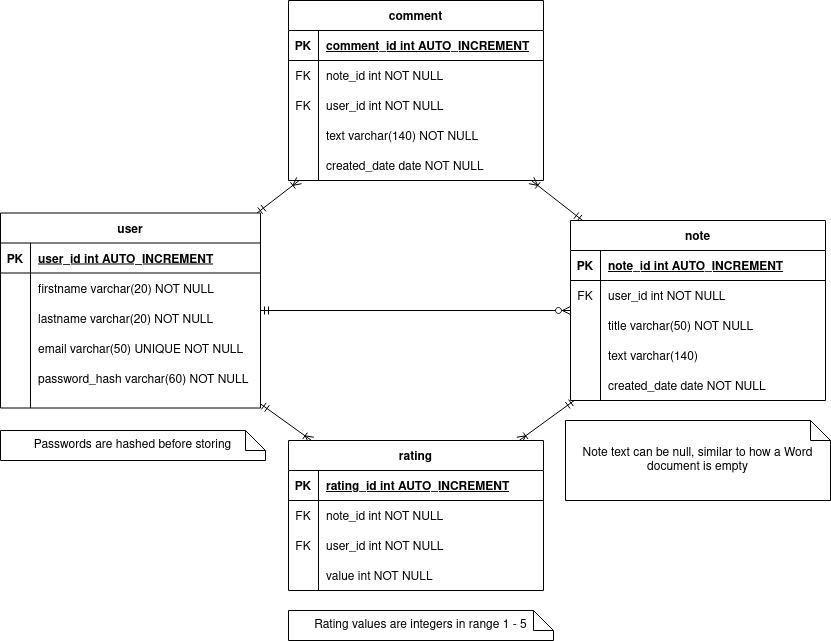
Earlier version of the draw.io export docs/data_models.png (tha0pham/note-app). Source tidied: cells renumbered, new cells last; positions are measured from the earlier drawing's top-left corner, leaving out a move shared by most shapes.
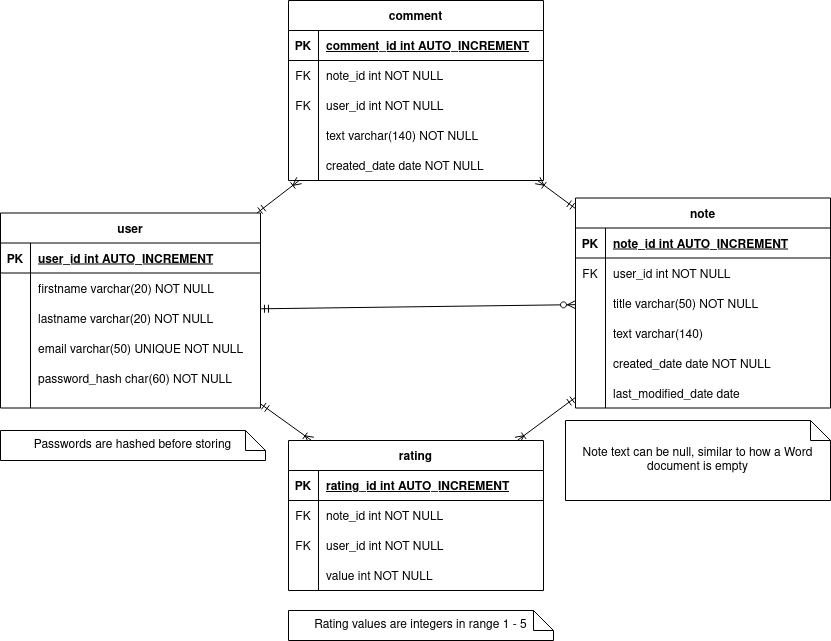
The same diagram one commit later.

Change to the diagram source:
```diff
@@ -9,7 +9,7 @@
       <mxGeometry relative="1" as="geometry" />
     </mxCell>
     <mxCell id="4" value="note" style="shape=table;startSize=30;rowLines=0;fontStyle=1;align=center;" parent="1" vertex="1">
-      <mxGeometry x="570" y="220" width="255" height="180" as="geometry" />
+      <mxGeometry x="575" y="197.5" width="255" height="210" as="geometry" />
     </mxCell>
     <mxCell id="5" style="shape=partialRectangle;fillColor=none;top=0;left=0;right=0;bottom=1;" parent="4" vertex="1">
       <mxGeometry y="30" width="255" height="30" as="geometry" />
@@ -56,6 +56,15 @@
     <mxCell id="19" value="created_date date NOT NULL" style="shape=partialRectangle;overflow=hidden;fillColor=none;top=0;left=0;bottom=0;right=0;align=left;spacingLeft=6;" parent="17" vertex="1">
       <mxGeometry x="30" width="225" height="30" as="geometry" />
     </mxCell>
+    <mxCell id="71" style="shape=partialRectangle;fillColor=none;top=0;left=0;right=0;bottom=0;" parent="4" vertex="1">
+      <mxGeometry y="180" width="255" height="30" as="geometry" />
+    </mxCell>
+    <mxCell id="72" style="shape=partialRectangle;overflow=hidden;fillColor=none;top=0;left=0;bottom=0;right=0;" parent="71" vertex="1">
+      <mxGeometry width="30" height="30" as="geometry" />
+    </mxCell>
+    <mxCell id="73" value="last_modified_date date" style="shape=partialRectangle;overflow=hidden;fillColor=none;top=0;left=0;bottom=0;right=0;align=left;spacingLeft=6;" parent="71" vertex="1">
+      <mxGeometry x="30" width="225" height="30" as="geometry" />
+    </mxCell>
     <mxCell id="20" value="comment" style="shape=table;startSize=30;rowLines=0;fontStyle=1;align=center;" parent="1" vertex="1">
       <mxGeometry x="288" width="255" height="180" as="geometry" />
     </mxCell>
@@ -158,7 +167,7 @@
     <mxCell id="53" style="shape=partialRectangle;overflow=hidden;fillColor=none;top=0;left=0;bottom=0;right=0;" parent="52" vertex="1">
       <mxGeometry width="30" height="30" as="geometry" />
     </mxCell>
-    <mxCell id="54" value="password_hash varchar(60) NOT NULL" style="shape=partialRectangle;overflow=hidden;fillColor=none;top=0;left=0;bottom=0;right=0;align=left;spacingLeft=6;" parent="52" vertex="1">
+    <mxCell id="54" value="password_hash char(60) NOT NULL" style="shape=partialRectangle;overflow=hidden;fillColor=none;top=0;left=0;bottom=0;right=0;align=left;spacingLeft=6;" parent="52" vertex="1">
       <mxGeometry x="30" width="230" height="30" as="geometry" />
     </mxCell>
     <mxCell id="55" value="rating" style="shape=table;startSize=30;rowLines=0;fontStyle=1;align=center;" parent="1" vertex="1">
```
